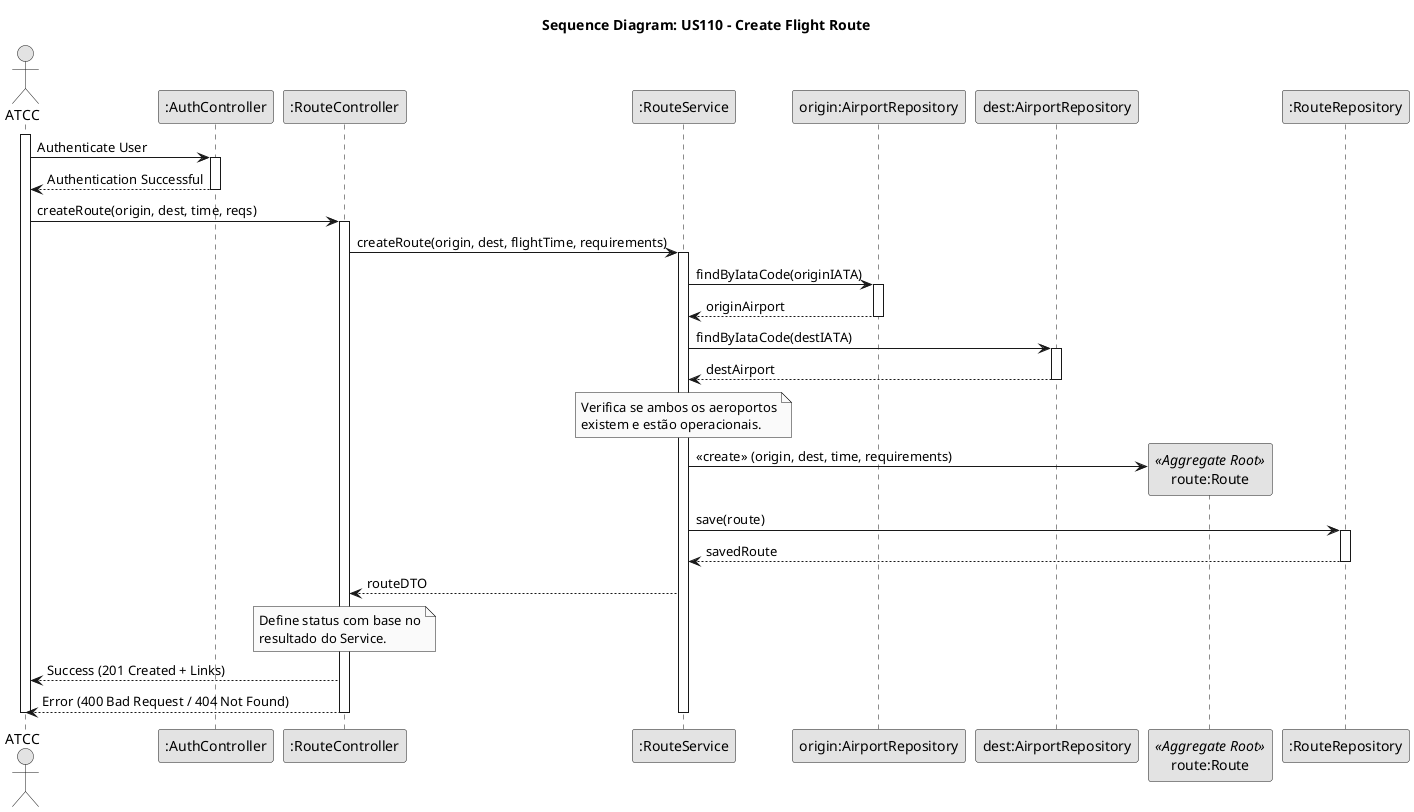
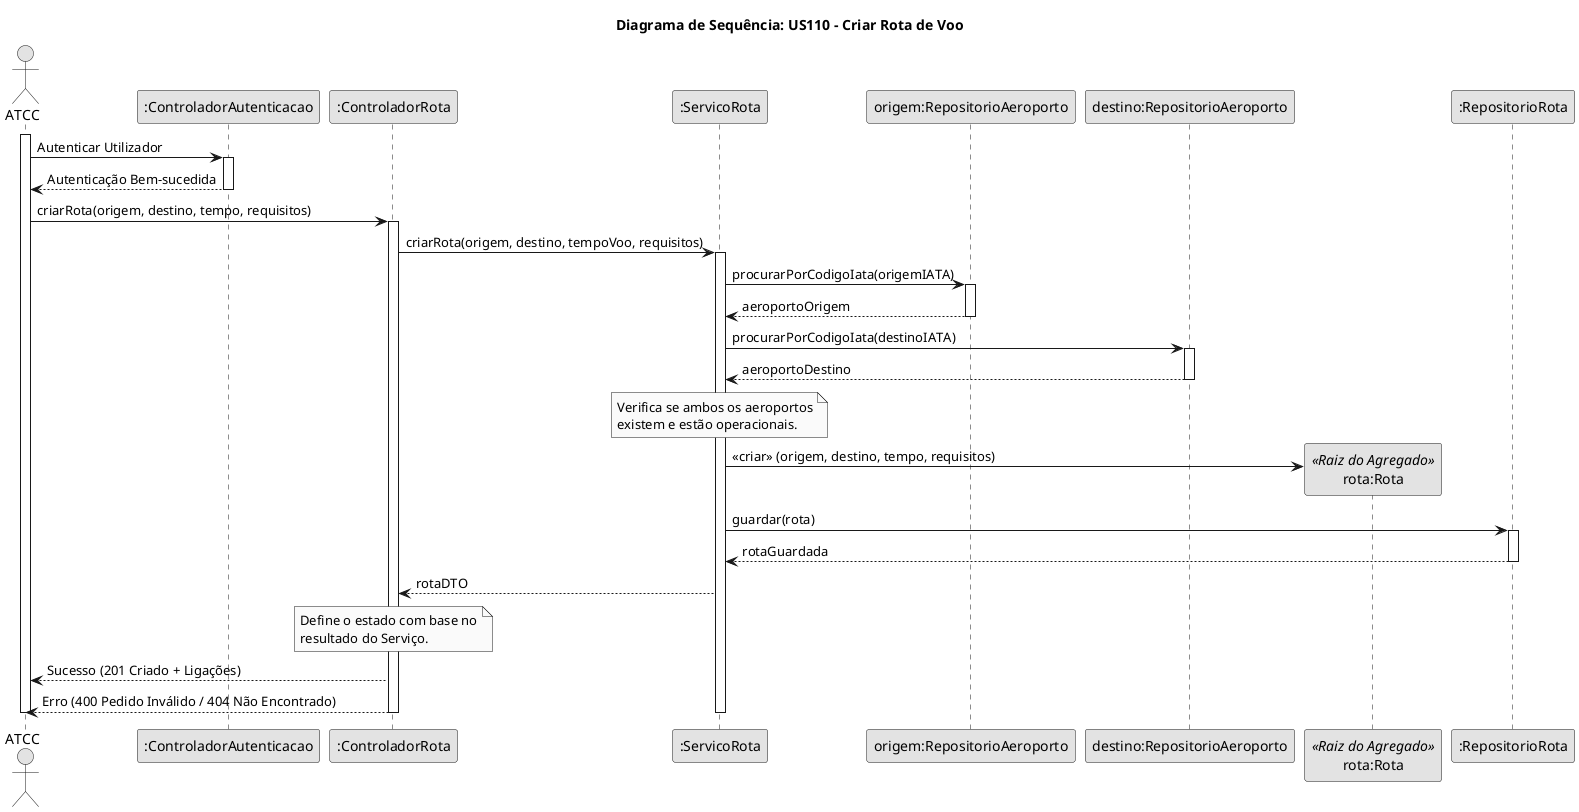
- <@startuml
+ @startuml
skinparam monochrome true
skinparam shadowing false

- title Sequence Diagram: US110 - Create Flight Route
+ title Diagrama de Sequência: US110 - Criar Rota de Voo

actor "ATCC" as User
- participant ":AuthController" as Auth
- participant ":RouteController" as Ctrl
- participant ":RouteService" as Service
- participant "origin:AirportRepository" as RepoOrig
- participant "dest:AirportRepository" as RepoDest
- participant "route:Route" as Route <<Aggregate Root>>
- participant ":RouteRepository" as RepoRoute
+ participant ":ControladorAutenticacao" as Auth
+ participant ":ControladorRota" as Ctrl
+ participant ":ServicoRota" as Service
+ participant "origem:RepositorioAeroporto" as RepoOrig
+ participant "destino:RepositorioAeroporto" as RepoDest
+ participant "rota:Rota" as Route <<Raiz do Agregado>>
+ participant ":RepositorioRota" as RepoRoute

activate User

- 
- User -> Auth : Authenticate User
+ User -> Auth : Autenticar Utilizador
activate Auth
- Auth --> User : Authentication Successful
+ Auth --> User : Autenticação Bem-sucedida
deactivate Auth

- 
- User -> Ctrl : createRoute(origin, dest, time, reqs)
+ User -> Ctrl : criarRota(origem, destino, tempo, requisitos)
activate Ctrl

- Ctrl -> Service : createRoute(origin, dest, flightTime, requirements)
+ Ctrl -> Service : criarRota(origem, destino, tempoVoo, requisitos)
activate Service

-     Service -> RepoOrig : findByIataCode(originIATA)
+     Service -> RepoOrig : procurarPorCodigoIata(origemIATA)
    activate RepoOrig
-     RepoOrig --> Service : originAirport
+     RepoOrig --> Service : aeroportoOrigem
    deactivate RepoOrig

-     Service -> RepoDest : findByIataCode(destIATA)
+     Service -> RepoDest : procurarPorCodigoIata(destinoIATA)
    activate RepoDest
-     RepoDest --> Service : destAirport
+     RepoDest --> Service : aeroportoDestino
    deactivate RepoDest

    note over Service
        Verifica se ambos os aeroportos
        existem e estão operacionais.
    end note

-     Service -> Route** : <<create>> (origin, dest, time, requirements)
+     Service -> Route** : <<criar>> (origem, destino, tempo, requisitos)

-     Service -> RepoRoute : save(route)
+     Service -> RepoRoute : guardar(rota)
    activate RepoRoute
-     RepoRoute --> Service : savedRoute
+     RepoRoute --> Service : rotaGuardada
    deactivate RepoRoute

-     Service --> Ctrl : routeDTO
+     Service --> Ctrl : rotaDTO

    note over Ctrl
-         Define status com base no
-         resultado do Service.
+         Define o estado com base no
+         resultado do Serviço.
    end note

-     Ctrl --> User : Success (201 Created + Links)
+     Ctrl --> User : Sucesso (201 Criado + Ligações)

-     Ctrl --> User : Error (400 Bad Request / 404 Not Found)
+     Ctrl --> User : Erro (400 Pedido Inválido / 404 Não Encontrado)

deactivate Service
deactivate Ctrl
deactivate User
@enduml